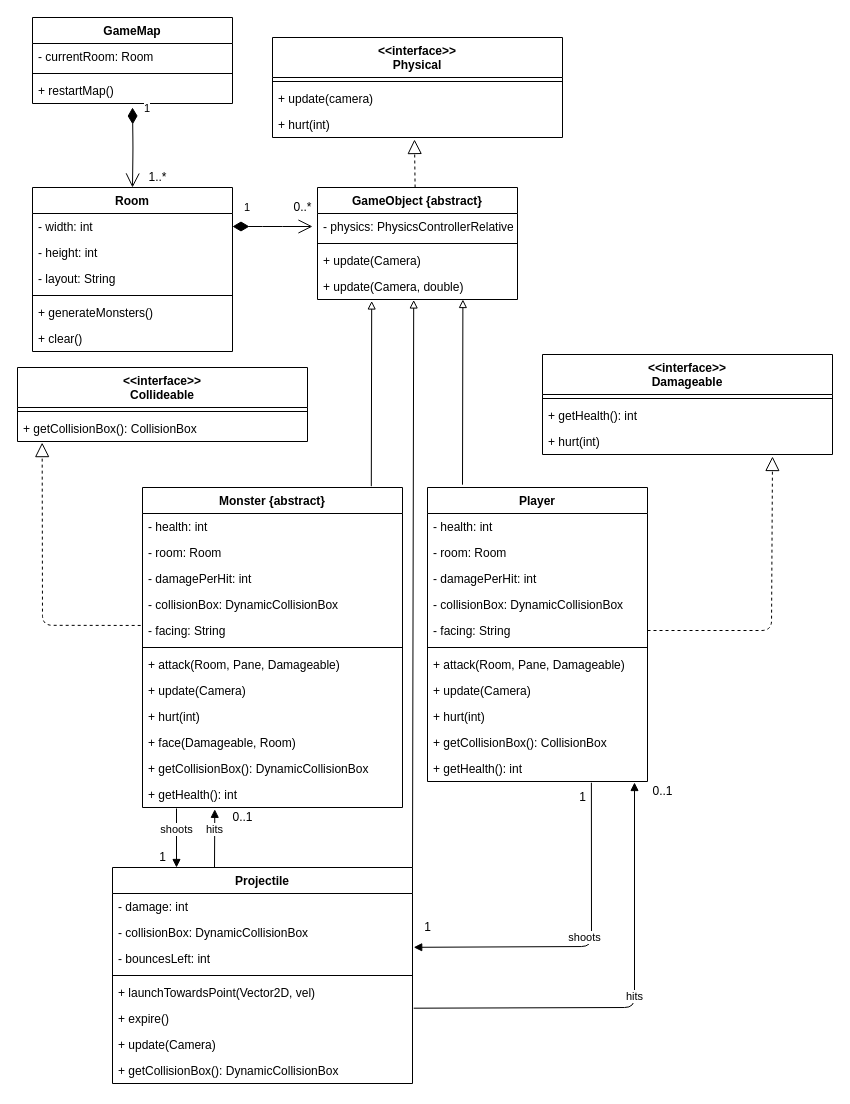
Earlier version of the draw.io diagram Diagrams/M5 DCD/dcd.drawio (Lisa-Shi/Dungeon_Crawler). Source tidied: cells renumbered, new cells numbered last; positions are measured from the earlier drawing's top-left corner, leaving out a move shared by most shapes. Both pictures are drawn from the tidied source at 100%, with x=0, y=0 at pixel (17, 17).
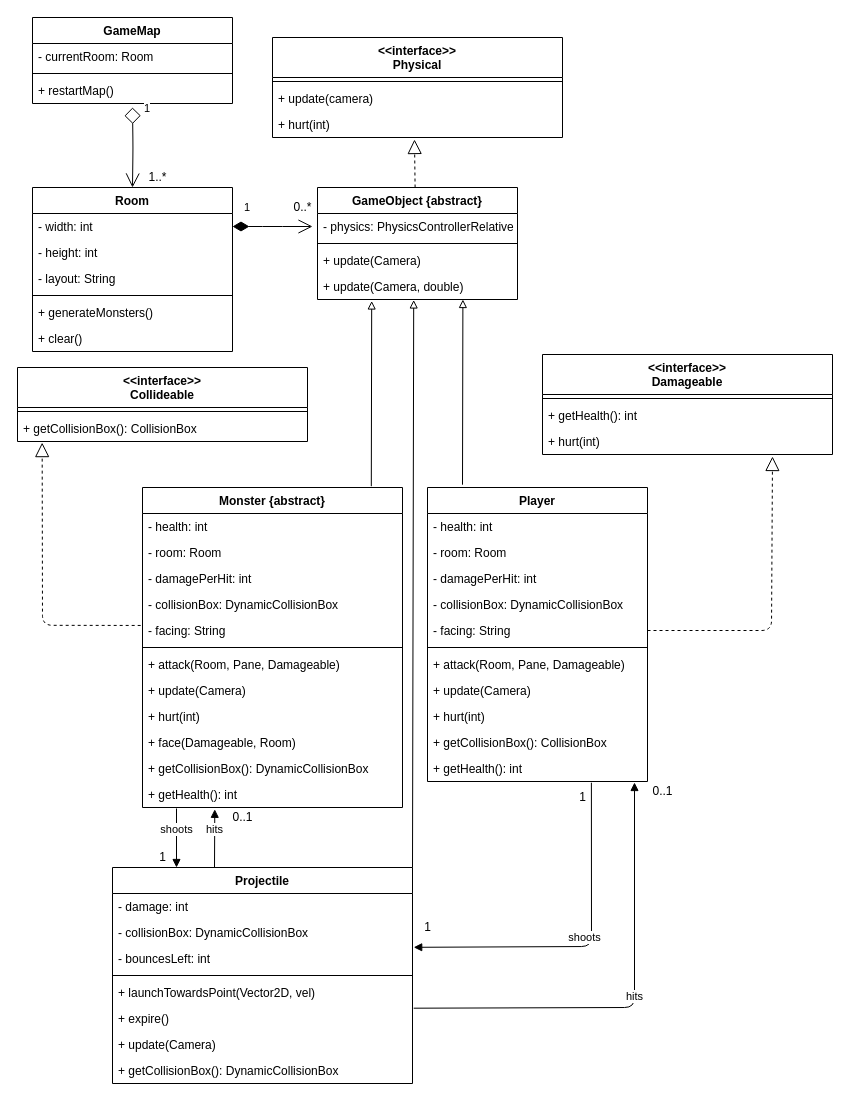
The same diagram, later.

Unchanged cells that the change refers to:
```xml
<mxCell id="65" value="Room" style="swimlane;fontStyle=1;align=center;verticalAlign=top;horizontal=1;startSize=26;fontSize=12;" parent="1" vertex="1">
  <mxGeometry x="15" y="170" width="200" height="164" as="geometry" />
</mxCell>
```

Change to the diagram source:
```diff
@@
-    <mxCell id="77" value="1" style="endArrow=open;html=1;endSize=12;startArrow=diamondThin;startSize=14;startFill=1;edgeStyle=orthogonalEdgeStyle;align=left;verticalAlign=bottom;entryX=0.5;entryY=0;entryDx=0;entryDy=0;" parent="1" edge="1" target="65">
+    <mxCell id="77" value="1" style="endArrow=open;html=1;endSize=12;startArrow=diamond;startSize=14;startFill=0;edgeStyle=orthogonalEdgeStyle;align=left;verticalAlign=bottom;entryX=0.5;entryY=0;entryDx=0;entryDy=0;" parent="1" edge="1" target="65">
       <mxGeometry x="-0.75" y="10" relative="1" as="geometry">
         <mxPoint x="115" y="90" as="sourcePoint" />
       </mxGeometry>
     </mxCell>
```
